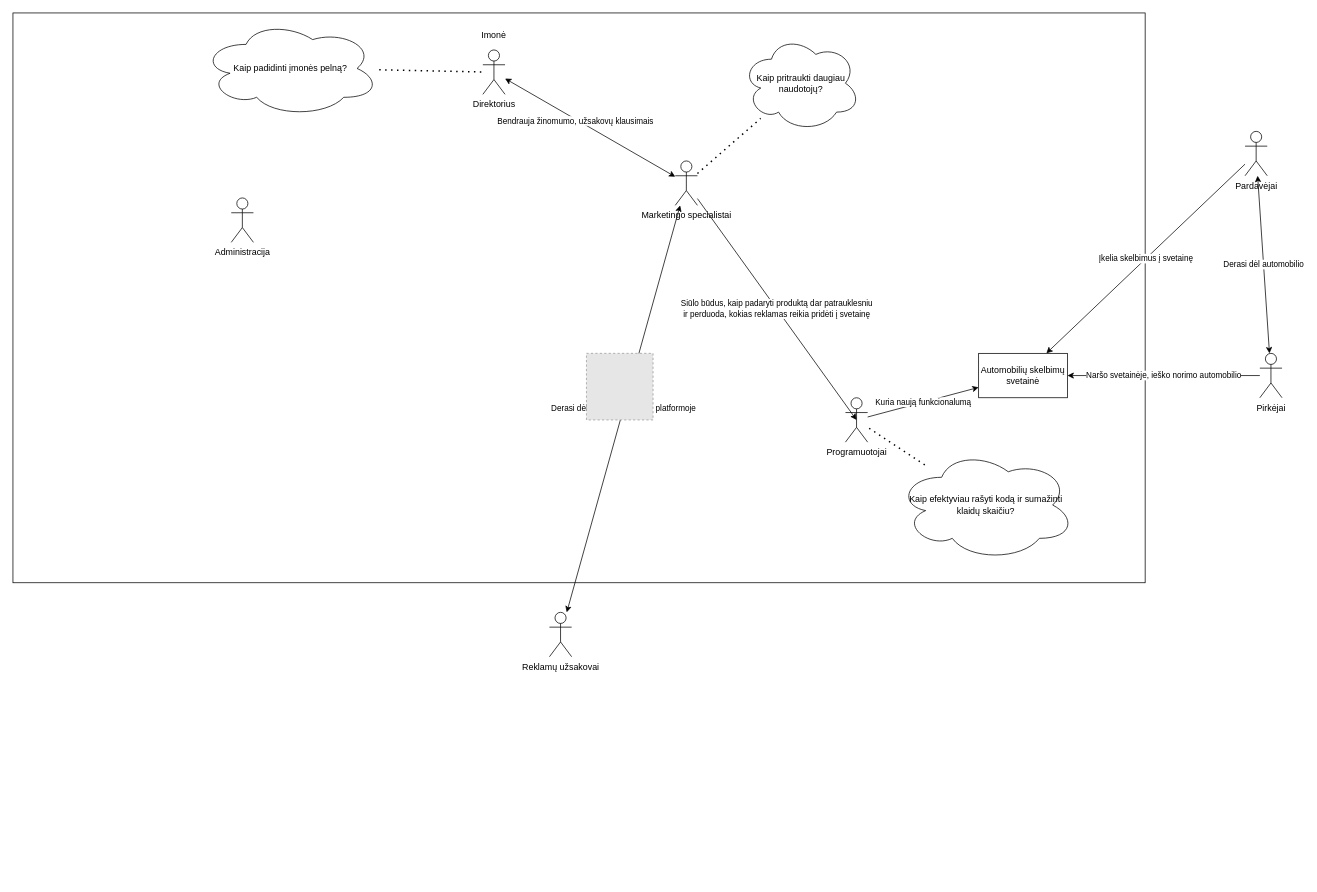
The draw.io diagram Vaizdusis_paveikslelis.drawio in LuckyRads/Car-Marketplace-KP, before the edit. Source tidied: cells renumbered, new cells numbered last; positions are measured from the earlier drawing's top-left corner, leaving out a move shared by most shapes. Both pictures are drawn from the tidied source at 74%, with x=0, y=0 at pixel (13, 13). Pictures stored in the file or linked from it are replaced by grey dashed boxes.
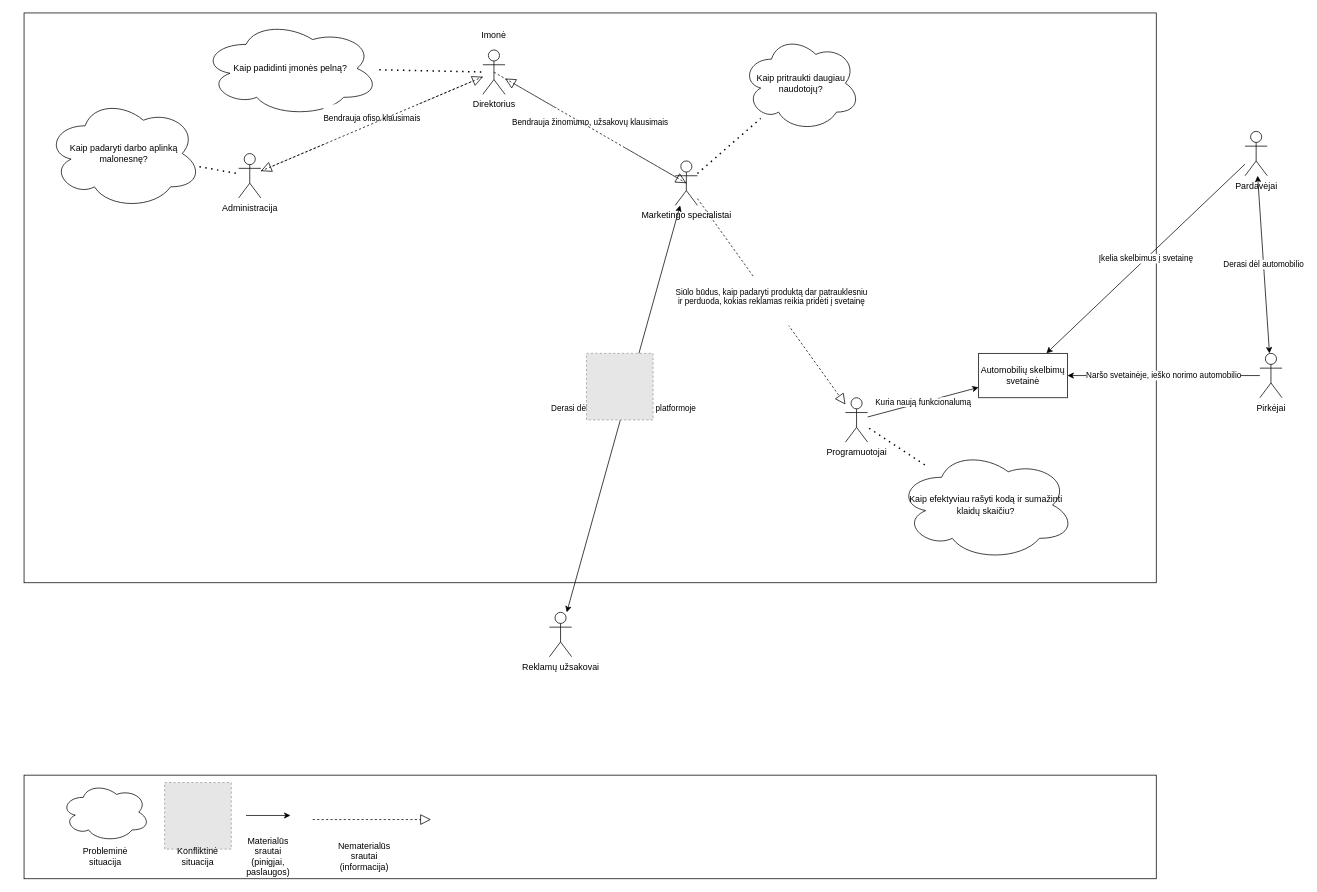
The same page after the edit.

Unchanged cells that the change refers to:
```xml
<mxCell id="4" value="&lt;div&gt;Direktorius&lt;/div&gt;" style="shape=umlActor;verticalLabelPosition=bottom;verticalAlign=top;html=1;outlineConnect=0;" parent="1" vertex="1">
  <mxGeometry x="635" y="50" width="30" height="60" as="geometry" />
</mxCell>
<mxCell id="5" value="&lt;div&gt;Programuotojai&lt;/div&gt;" style="shape=umlActor;verticalLabelPosition=bottom;verticalAlign=top;html=1;outlineConnect=0;" parent="1" vertex="1">
  <mxGeometry x="1125" y="520" width="30" height="60" as="geometry" />
</mxCell>
<mxCell id="8" value="Marketingo specialistai" style="shape=umlActor;verticalLabelPosition=bottom;verticalAlign=top;html=1;outlineConnect=0;" parent="1" vertex="1">
  <mxGeometry x="895" y="200" width="30" height="60" as="geometry" />
</mxCell>
<mxCell id="9" value="Pardavėjai" style="shape=umlActor;verticalLabelPosition=bottom;verticalAlign=top;html=1;outlineConnect=0;" parent="1" vertex="1">
  <mxGeometry x="1665" y="160" width="30" height="60" as="geometry" />
</mxCell>
<mxCell id="10" value="Pirkėjai" style="shape=umlActor;verticalLabelPosition=bottom;verticalAlign=top;html=1;outlineConnect=0;" parent="1" vertex="1">
  <mxGeometry x="1685" y="460" width="30" height="60" as="geometry" />
</mxCell>
```

What changed in the source:
```diff
@@
     <mxCell id="2" style="rounded=0;whiteSpace=wrap;html=1;" parent="1" vertex="1">
-      <mxGeometry width="1530" height="770" as="geometry" />
+      <mxGeometry x="15" width="1530" height="770" as="geometry" />
     </mxCell>
@@
     <mxCell id="12" value="Administracija" style="shape=umlActor;verticalLabelPosition=bottom;verticalAlign=top;html=1;outlineConnect=0;" parent="1" vertex="1">
-      <mxGeometry x="295" y="250" width="30" height="60" as="geometry" />
+      <mxGeometry x="305" y="190" width="30" height="60" as="geometry" />
     </mxCell>
@@
-    <mxCell id="23" style="endArrow=classic;startArrow=classic;html=1;" parent="1" edge="1" source="4" target="8">
-      <mxGeometry relative="1" as="geometry" />
-    </mxCell>
+    <mxCell id="26" value="Derasi dėl automobilio" style="endArrow=classic;startArrow=classic;html=1;" parent="1" edge="1" source="10" target="9">
+      <mxGeometry relative="1" as="geometry" />
+    </mxCell>
+    <mxCell id="27" value="Kaip padaryti darbo aplinką malonesnę?" style="ellipse;shape=cloud;whiteSpace=wrap;html=1;" parent="1" vertex="1">
+      <mxGeometry x="45" y="115" width="210" height="150" as="geometry" />
+    </mxCell>
+    <mxCell id="28" style="endArrow=none;dashed=1;html=1;dashPattern=1 3;strokeWidth=2;" parent="1" edge="1" source="27" target="12">
+      <mxGeometry relative="1" as="geometry" />
+    </mxCell>
+    <mxCell id="29" style="rounded=0;whiteSpace=wrap;html=1;" parent="1" vertex="1">
+      <mxGeometry x="15" y="1030" width="1530" height="140" as="geometry" />
+    </mxCell>
+    <mxCell id="30" style="ellipse;shape=cloud;whiteSpace=wrap;html=1;" parent="1" vertex="1">
+      <mxGeometry x="65" y="1040" width="120" height="80" as="geometry" />
+    </mxCell>
+    <mxCell id="31" value="Probleminė situacija" style="text;html=1;strokeColor=none;fillColor=none;align=center;verticalAlign=middle;whiteSpace=wrap;rounded=0;" parent="1" vertex="1">
+      <mxGeometry x="105" y="1130" width="40" height="20" as="geometry" />
+    </mxCell>
+    <mxCell id="32" style="fillColor=#E6E6E6;strokeColor=#999999;dashed=1;verticalLabelPosition=bottom;labelBackgroundColor=#ffffff;verticalAlign=top;" parent="1" vertex="1">
+      <mxGeometry x="205" y="1040" width="90" height="90" as="geometry" />
+    </mxCell>
+    <mxCell id="33" value="Konfliktinė situacija" style="text;html=1;strokeColor=none;fillColor=none;align=center;verticalAlign=middle;whiteSpace=wrap;rounded=0;" parent="1" vertex="1">
+      <mxGeometry x="230" y="1130" width="40" height="20" as="geometry" />
+    </mxCell>
+    <mxCell id="34" style="endArrow=classic;html=1;" parent="1" edge="1">
+      <mxGeometry relative="1" as="geometry">
+        <mxPoint x="315" y="1084.5" as="sourcePoint" />
+        <mxPoint x="375" y="1084.5" as="targetPoint" />
+      </mxGeometry>
+    </mxCell>
+    <mxCell id="35" value="Materialūs srautai (pinigjai, paslaugos)" style="text;html=1;strokeColor=none;fillColor=none;align=center;verticalAlign=middle;whiteSpace=wrap;rounded=0;" parent="1" vertex="1">
+      <mxGeometry x="325" y="1130" width="40" height="20" as="geometry" />
+    </mxCell>
+    <mxCell id="36" style="endArrow=block;dashed=1;endFill=0;endSize=12;html=1;" parent="1" edge="1">
+      <mxGeometry relative="1" as="geometry">
+        <mxPoint x="405" y="1090" as="sourcePoint" />
+        <mxPoint x="565" y="1090" as="targetPoint" />
+      </mxGeometry>
+    </mxCell>
+    <mxCell id="37" value="Nematerialūs srautai (informacija)" style="text;html=1;strokeColor=none;fillColor=none;align=center;verticalAlign=middle;whiteSpace=wrap;rounded=0;" parent="1" vertex="1">
+      <mxGeometry x="455" y="1130" width="40" height="20" as="geometry" />
+    </mxCell>
+    <mxCell id="25" value="&#10;&lt;div&gt;Siūlo būdus, kaip padaryti produktą dar patrauklesniu&lt;/div&gt;&lt;div&gt;ir perduoda, kokias reklamas reikia pridėti į svetainę&lt;br&gt;&lt;/div&gt;&#10;&#10;" style="endArrow=block;dashed=1;endFill=0;endSize=12;html=1;" parent="1" edge="1" source="8" target="5">
+      <mxGeometry relative="1" as="geometry" />
+    </mxCell>
-    <mxCell id="24" value="Bendrauja žinomumo, užsakovų klausimais" style="edgeLabel;html=1;align=center;verticalAlign=middle;" parent="23" vertex="1">
-      <mxGeometry x="-0.17" y="-1" relative="1" as="geometry">
-        <mxPoint y="1" as="offset" />
-      </mxGeometry>
+    <mxCell id="24" value="&#10;Bendrauja žinomumo, užsakovų klausimais&#10;&#10;" style="endArrow=block;dashed=1;endFill=0;endSize=12;html=1;exitX=0.5;exitY=0.5;exitDx=0;exitDy=0;exitPerimeter=0;entryX=0.5;entryY=0.5;entryDx=0;entryDy=0;entryPerimeter=0;" parent="1" edge="1" source="4" target="8">
+      <mxGeometry relative="1" as="geometry" />
     </mxCell>
-    <mxCell id="25" value="&lt;div&gt;Siūlo būdus, kaip padaryti produktą dar patrauklesniu&lt;/div&gt;&lt;div&gt;ir perduoda, kokias reklamas reikia pridėti į svetainę&lt;br&gt;&lt;/div&gt;" style="endArrow=classic;html=1;entryX=0.5;entryY=0.5;entryDx=0;entryDy=0;entryPerimeter=0;" parent="1" edge="1" source="8" target="5">
-      <mxGeometry relative="1" as="geometry" />
-    </mxCell>
-    <mxCell id="26" value="Derasi dėl automobilio" style="endArrow=classic;startArrow=classic;html=1;" parent="1" edge="1" source="10" target="9">
-      <mxGeometry relative="1" as="geometry" />
-    </mxCell>
+    <mxCell id="38" style="endArrow=block;dashed=1;endFill=0;endSize=12;html=1;exitX=0.5;exitY=0.5;exitDx=0;exitDy=0;exitPerimeter=0;" parent="1" edge="1" source="8" target="4">
+      <mxGeometry relative="1" as="geometry" />
+    </mxCell>
+    <mxCell id="39" value="&#10;Bendrauja ofiso klausimais&#10;&#10;" style="endArrow=block;dashed=1;endFill=0;endSize=12;html=1;" parent="1" edge="1" source="4" target="12">
+      <mxGeometry relative="1" as="geometry" />
+    </mxCell>
+    <mxCell id="40" style="endArrow=block;dashed=1;endFill=0;endSize=12;html=1;" parent="1" edge="1" source="12" target="4">
+      <mxGeometry relative="1" as="geometry" />
+    </mxCell>
```
